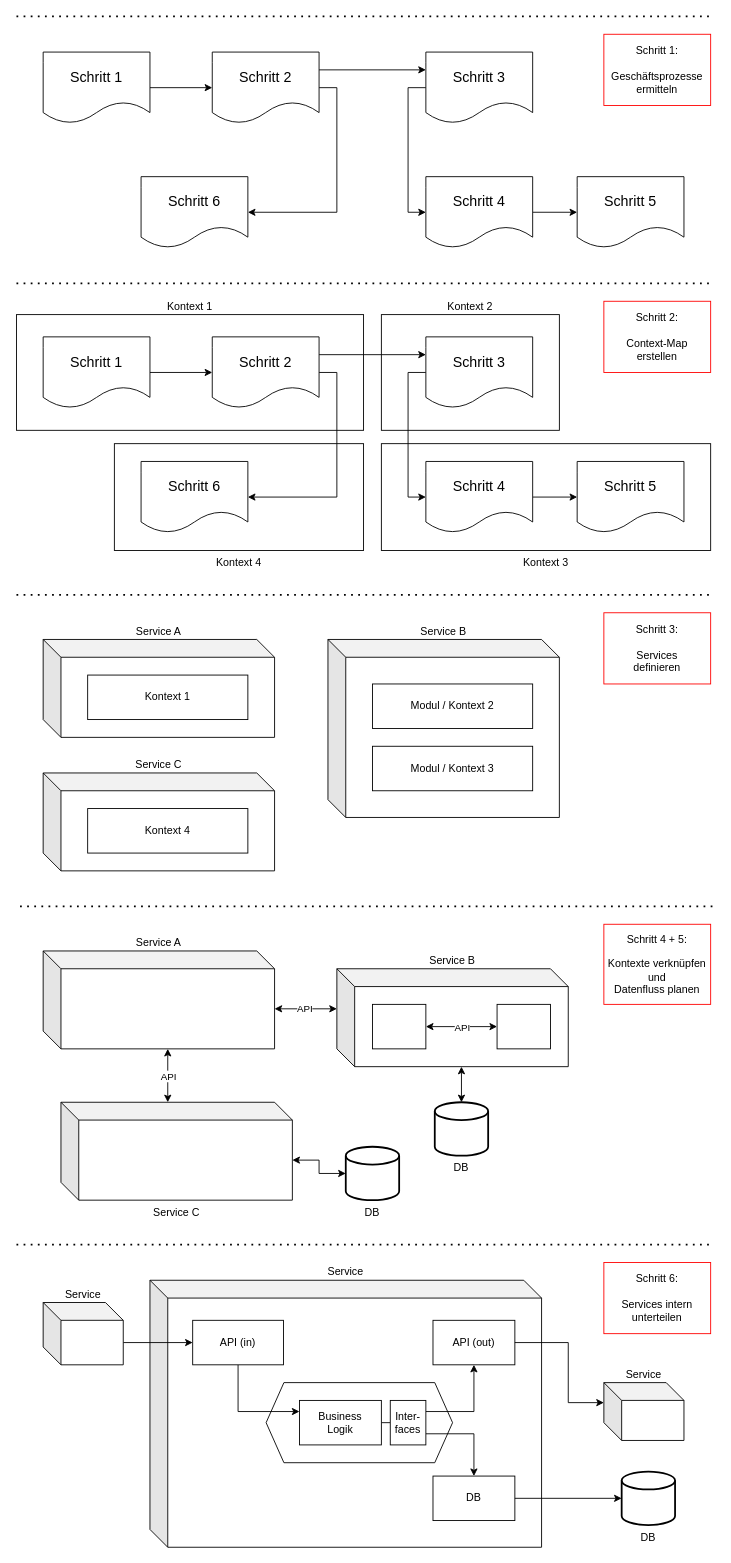
This is project-architecture-guide.drawio from coc-university/software-architecture-guide, a draw.io file, before an edit. Source tidied: cells renumbered, new cells numbered last; positions are measured from the earlier drawing's top-left corner, leaving out a move shared by most shapes. Both pictures are drawn from the tidied source at 89%, with x=0, y=0 at pixel (16, 16).
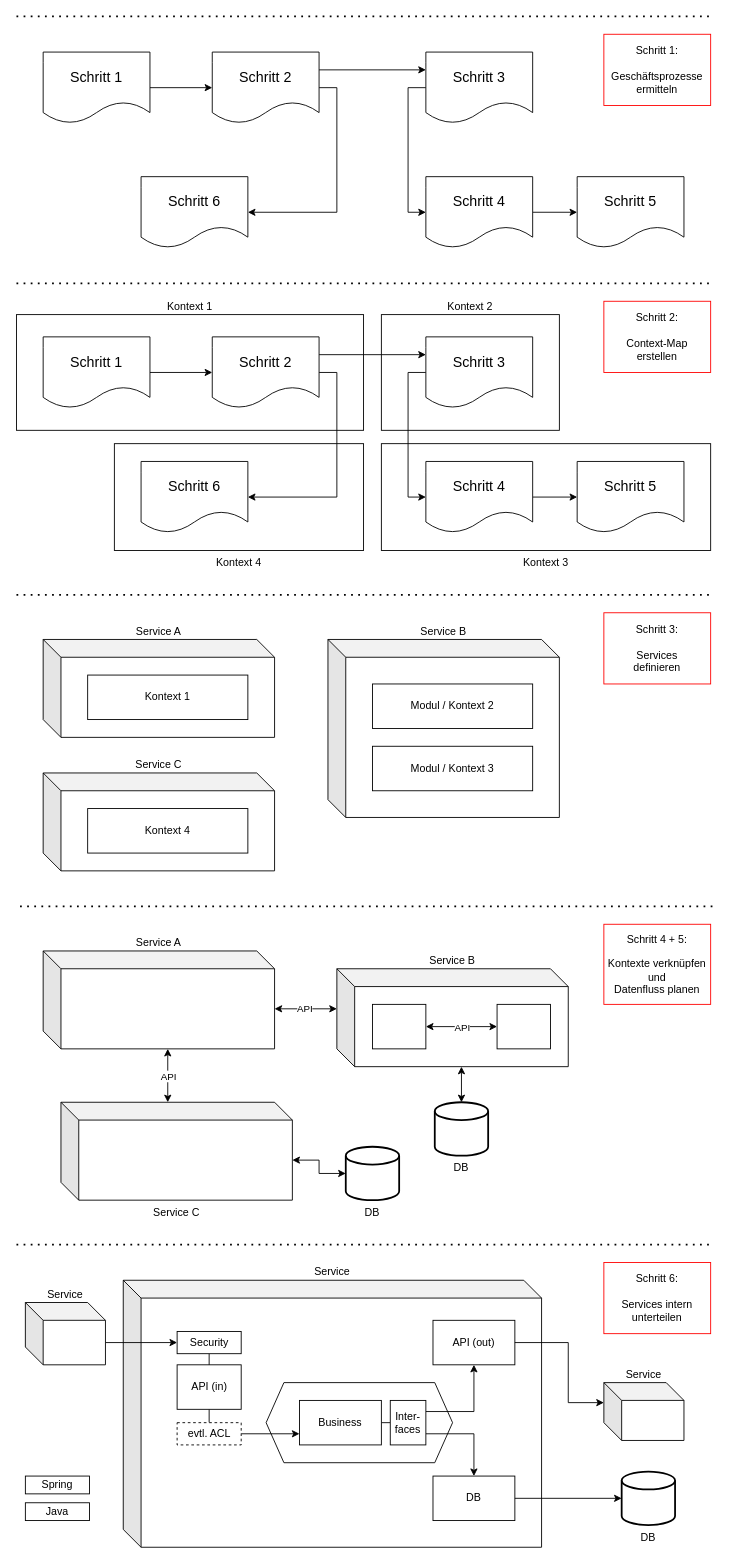
The same diagram, later.

Change to the diagram source:
```diff
@@
     <mxCell id="2" value="Service" style="shape=cube;whiteSpace=wrap;html=1;boundedLbl=1;backgroundOutline=1;darkOpacity=0.05;darkOpacity2=0.1;labelPosition=center;verticalLabelPosition=top;align=center;verticalAlign=bottom;" parent="1" vertex="1">
-      <mxGeometry x="150" y="1420" width="440" height="300" as="geometry" />
+      <mxGeometry x="120" y="1420" width="470" height="300" as="geometry" />
     </mxCell>
@@
-    <mxCell id="51" style="edgeStyle=orthogonalEdgeStyle;rounded=0;jettySize=auto;html=1;exitX=0.5;exitY=1;exitDx=0;exitDy=0;entryX=0;entryY=0.25;entryDx=0;entryDy=0;" parent="1" edge="1" source="52" target="55">
-      <mxGeometry relative="1" as="geometry" />
-    </mxCell>
+    <mxCell id="77" style="edgeStyle=orthogonalEdgeStyle;rounded=0;jettySize=auto;html=1;exitX=0.5;exitY=1;exitDx=0;exitDy=0;entryX=0.5;entryY=0;entryDx=0;entryDy=0;endArrow=none;startFill=0;" parent="1" edge="1" source="52" target="80">
+      <mxGeometry relative="1" as="geometry" />
+    </mxCell>
     <mxCell id="52" value="API (in)" style="rounded=0;whiteSpace=wrap;html=1;labelPosition=center;verticalLabelPosition=middle;align=center;verticalAlign=middle;strokeColor=light-dark(#000000,#FF8000);" parent="1" vertex="1">
-      <mxGeometry x="198" y="1465" width="102" height="50" as="geometry" />
+      <mxGeometry x="180.5" y="1515" width="72" height="50" as="geometry" />
     </mxCell>
@@
-    <mxCell id="55" value="Business&lt;div&gt;Logik&lt;/div&gt;" style="rounded=0;whiteSpace=wrap;html=1;labelPosition=center;verticalLabelPosition=middle;align=center;verticalAlign=middle;strokeColor=light-dark(#000000,#FF8000);" parent="1" vertex="1">
+    <mxCell id="55" value="Business" style="rounded=0;whiteSpace=wrap;html=1;labelPosition=center;verticalLabelPosition=middle;align=center;verticalAlign=middle;strokeColor=light-dark(#000000,#009900);" parent="1" vertex="1">
       <mxGeometry x="318" y="1555" width="92" height="50" as="geometry" />
     </mxCell>
@@
-    <mxCell id="72" style="edgeStyle=orthogonalEdgeStyle;rounded=0;jettySize=auto;html=1;exitX=0;exitY=0;exitDx=90;exitDy=45;exitPerimeter=0;entryX=0;entryY=0.5;entryDx=0;entryDy=0;" parent="1" edge="1" source="73" target="52">
-      <mxGeometry relative="1" as="geometry" />
-    </mxCell>
+    <mxCell id="78" style="edgeStyle=orthogonalEdgeStyle;rounded=0;jettySize=auto;html=1;exitX=0;exitY=0;exitDx=90;exitDy=45;exitPerimeter=0;entryX=0;entryY=0.5;entryDx=0;entryDy=0;" parent="1" edge="1" source="73" target="82">
+      <mxGeometry relative="1" as="geometry" />
+    </mxCell>
     <mxCell id="73" value="Service" style="shape=cube;whiteSpace=wrap;html=1;boundedLbl=1;backgroundOutline=1;darkOpacity=0.05;darkOpacity2=0.1;labelPosition=center;verticalLabelPosition=top;align=center;verticalAlign=bottom;" parent="1" vertex="1">
-      <mxGeometry x="30" y="1445" width="90" height="70" as="geometry" />
+      <mxGeometry x="10" y="1445" width="90" height="70" as="geometry" />
     </mxCell>
@@
-    <mxCell id="76" value="Inter-&lt;div&gt;faces&lt;/div&gt;" style="rounded=0;whiteSpace=wrap;html=1;labelPosition=center;verticalLabelPosition=middle;align=center;verticalAlign=middle;strokeColor=light-dark(#000000,#FF8000);" parent="1" vertex="1">
+    <mxCell id="76" value="Inter-&lt;div&gt;faces&lt;/div&gt;" style="rounded=0;whiteSpace=wrap;html=1;labelPosition=center;verticalLabelPosition=middle;align=center;verticalAlign=middle;strokeColor=light-dark(#000000,#009900);" parent="1" vertex="1">
       <mxGeometry x="420" y="1555" width="40" height="50" as="geometry" />
     </mxCell>
+    <mxCell id="79" style="edgeStyle=orthogonalEdgeStyle;rounded=0;jettySize=auto;html=1;exitX=1;exitY=0.5;exitDx=0;exitDy=0;entryX=0;entryY=0.75;entryDx=0;entryDy=0;" parent="1" edge="1" source="80" target="55">
+      <mxGeometry relative="1" as="geometry" />
+    </mxCell>
+    <mxCell id="80" value="evtl. ACL" style="rounded=0;whiteSpace=wrap;html=1;labelPosition=center;verticalLabelPosition=middle;align=center;verticalAlign=middle;strokeColor=light-dark(#000000,#FF8000);dashed=1;" parent="1" vertex="1">
+      <mxGeometry x="180.5" y="1580" width="72" height="25" as="geometry" />
+    </mxCell>
+    <mxCell id="81" style="edgeStyle=orthogonalEdgeStyle;rounded=0;jettySize=auto;html=1;exitX=0.5;exitY=1;exitDx=0;exitDy=0;entryX=0.5;entryY=0;entryDx=0;entryDy=0;endArrow=none;startFill=0;" parent="1" edge="1" source="82" target="52">
+      <mxGeometry relative="1" as="geometry" />
+    </mxCell>
+    <mxCell id="82" value="Security" style="rounded=0;whiteSpace=wrap;html=1;labelPosition=center;verticalLabelPosition=middle;align=center;verticalAlign=middle;strokeColor=light-dark(#000000,#FF8000);" parent="1" vertex="1">
+      <mxGeometry x="180.5" y="1477.5" width="72" height="25" as="geometry" />
+    </mxCell>
+    <mxCell id="83" value="Spring" style="rounded=0;whiteSpace=wrap;html=1;labelPosition=center;verticalLabelPosition=middle;align=center;verticalAlign=middle;strokeColor=light-dark(#000000,#FF8000);" parent="1" vertex="1">
+      <mxGeometry x="10" y="1640" width="72" height="20" as="geometry" />
+    </mxCell>
+    <mxCell id="84" value="Java" style="rounded=0;whiteSpace=wrap;html=1;labelPosition=center;verticalLabelPosition=middle;align=center;verticalAlign=middle;strokeColor=light-dark(#000000,#009900);" parent="1" vertex="1">
+      <mxGeometry x="10" y="1670" width="72" height="20" as="geometry" />
+    </mxCell>
```
